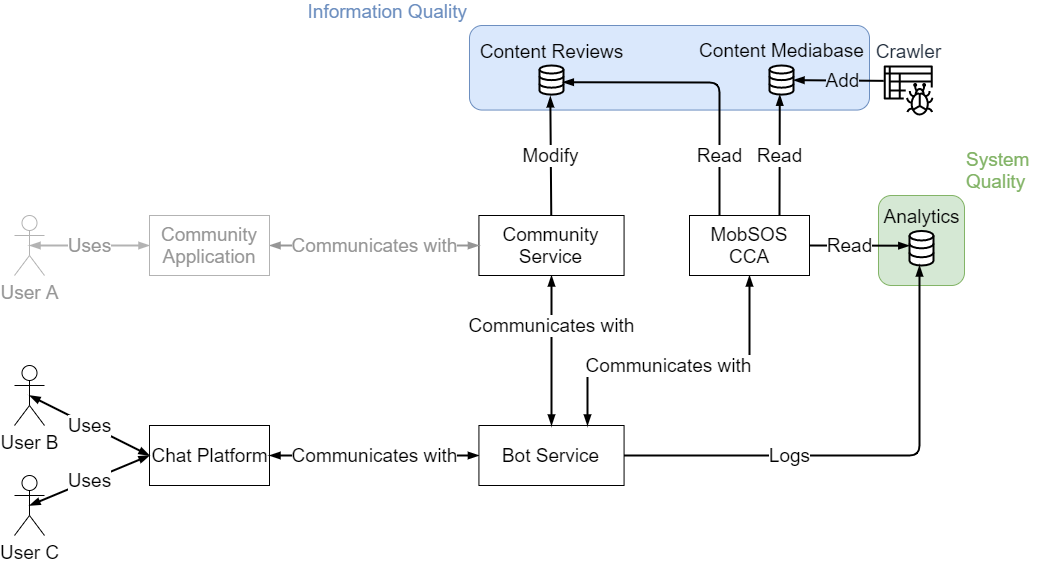
Above: figures/realization/Component_Diagramm.png in lakhoune/bachelor-thesis (draw.io), before the change. Source tidied: cells renumbered, new cells last; positions are measured from the earlier drawing's top-left corner, leaving out a move shared by most shapes.
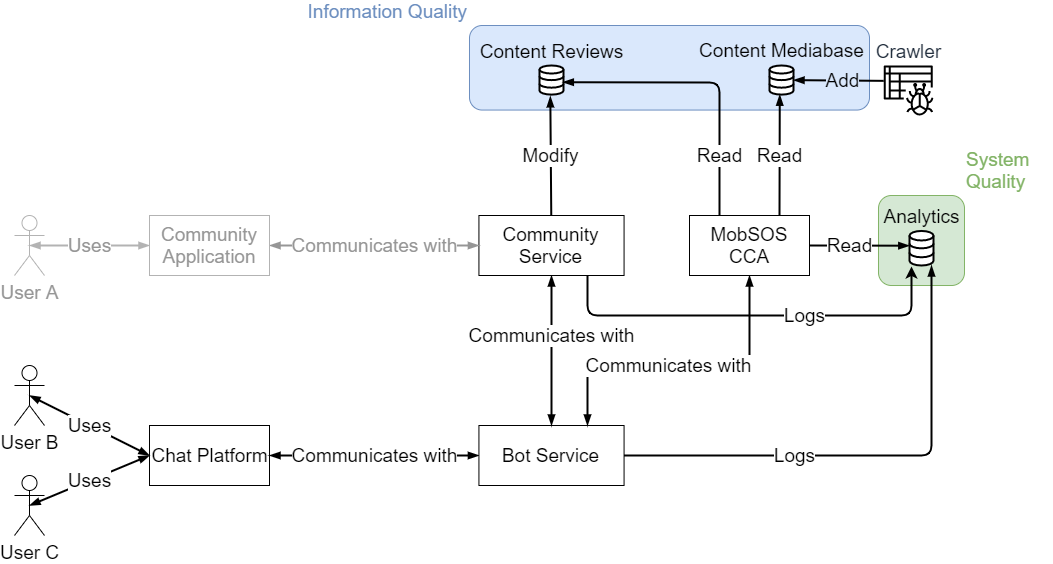
After the commit.

Commit message:
[3] add logs from community service in diagramm

The edit, as a diff of the source:
```diff
@@ -33,7 +33,7 @@
       <mxGeometry width="145.1" height="60" as="geometry" />
     </mxCell>
     <mxCell id="12" value="Communicates with" style="rounded=0;jettySize=auto;html=1;startArrow=blockThin;startFill=1;endArrow=blockThin;endFill=1;entryX=0.5;entryY=0;entryDx=0;entryDy=0;exitX=0.5;exitY=1;exitDx=0;exitDy=0;fontSize=19;strokeWidth=2;" parent="1" edge="1" source="22" target="11">
-      <mxGeometry x="-0.33" relative="1" as="geometry" />
+      <mxGeometry x="-0.2" relative="1" as="geometry" />
     </mxCell>
     <mxCell id="13" value="Communicates with" style="rounded=1;jettySize=auto;html=1;startArrow=blockThin;startFill=1;endArrow=blockThin;endFill=1;exitX=0.5;exitY=1;exitDx=0;exitDy=0;entryX=0.75;entryY=0;entryDx=0;entryDy=0;fontSize=19;edgeStyle=orthogonalEdgeStyle;strokeWidth=2;" parent="1" edge="1" source="25" target="11">
       <mxGeometry x="0.1" relative="1" as="geometry">
@@ -64,11 +64,17 @@
     <mxCell id="20" value="Read" style="endArrow=blockThin;html=1;exitX=1;exitY=0.5;exitDx=0;exitDy=0;endFill=1;fontSize=19;entryX=-0.008;entryY=0.427;entryDx=0;entryDy=0;entryPerimeter=0;strokeWidth=2;" parent="1" edge="1" source="25" target="18">
       <mxGeometry x="-0.2" relative="1" as="geometry" />
     </mxCell>
-    <mxCell id="21" value="Logs" style="endArrow=blockThin;html=1;exitX=1;exitY=0.5;exitDx=0;exitDy=0;edgeStyle=orthogonalEdgeStyle;endFill=1;fontSize=19;strokeWidth=2;" parent="1" edge="1" source="11">
-      <mxGeometry x="-0.32" relative="1" as="geometry">
-        <mxPoint x="905" y="240" as="targetPoint" />
-      </mxGeometry>
+    <mxCell id="21" value="Logs" style="endArrow=blockThin;html=1;exitX=1;exitY=0.5;exitDx=0;exitDy=0;edgeStyle=orthogonalEdgeStyle;endFill=1;fontSize=19;strokeWidth=2;entryX=0.917;entryY=1;entryDx=0;entryDy=0;entryPerimeter=0;" parent="1" edge="1" source="11" target="18">
+      <mxGeometry x="-0.32" relative="1" as="geometry" />
     </mxCell>
+    <mxCell id="32" value="Logs" style="edgeStyle=orthogonalEdgeStyle;rounded=1;jettySize=auto;html=1;exitX=0.75;exitY=1;exitDx=0;exitDy=0;entryX=0.083;entryY=1.029;entryDx=0;entryDy=0;entryPerimeter=0;strokeWidth=2;fontSize=19;" parent="1" edge="1" source="22" target="18">
+      <mxGeometry x="0.24" relative="1" as="geometry">
+        <Array as="points">
+          <mxPoint x="573" y="290" />
+          <mxPoint x="897" y="290" />
+        </Array>
+      </mxGeometry>
+    </mxCell>
     <mxCell id="22" value="Community Service" style="rounded=0;whiteSpace=wrap;html=1;strokeColor=#000000;fontSize=19;" parent="1" vertex="1">
       <mxGeometry x="464.4" y="190" width="145.1" height="60" as="geometry" />
     </mxCell>
```
